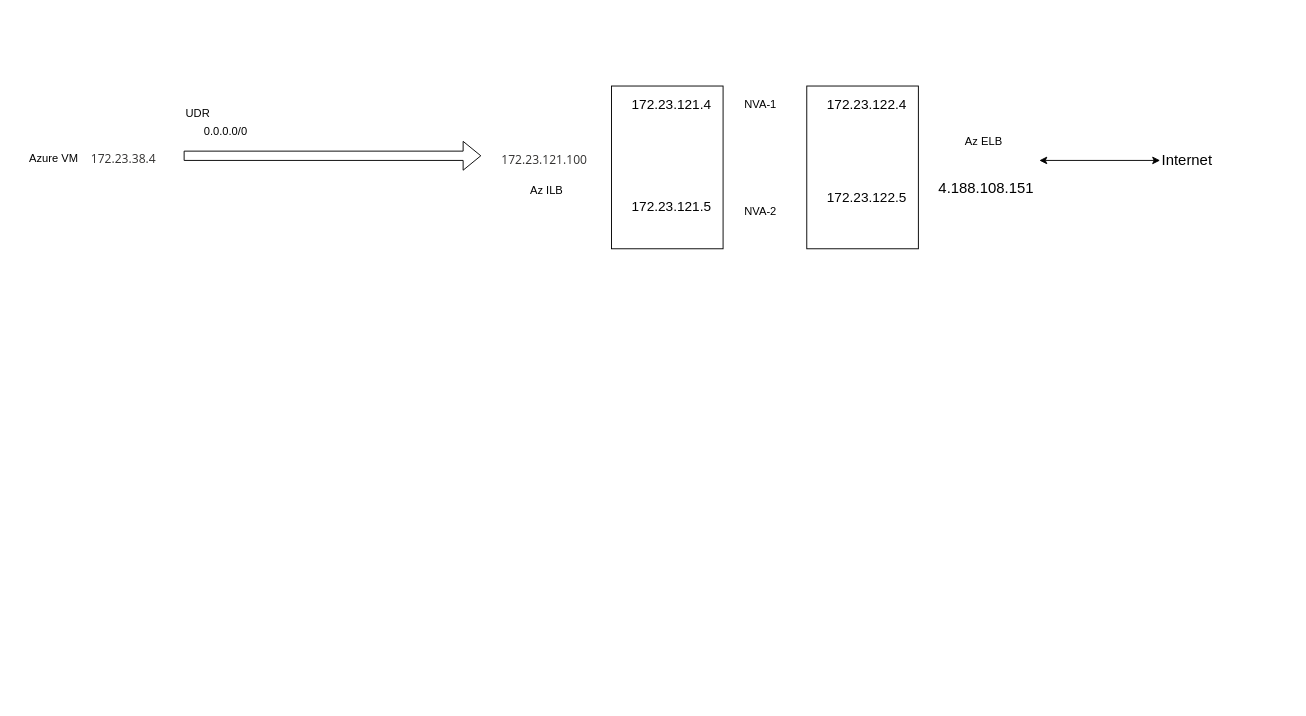
Earlier version of the draw.io diagram page "Page-1" (1 of 2) of Cses.drawio (networkcode-rd/ExamPrepDiagramOnly). Source tidied: cells renumbered, new cells numbered last; positions are measured from the earlier drawing's top-left corner, leaving out a move shared by most shapes. Both pictures are drawn from the tidied source at 93%, with x=0, y=0 at pixel (16, 86).
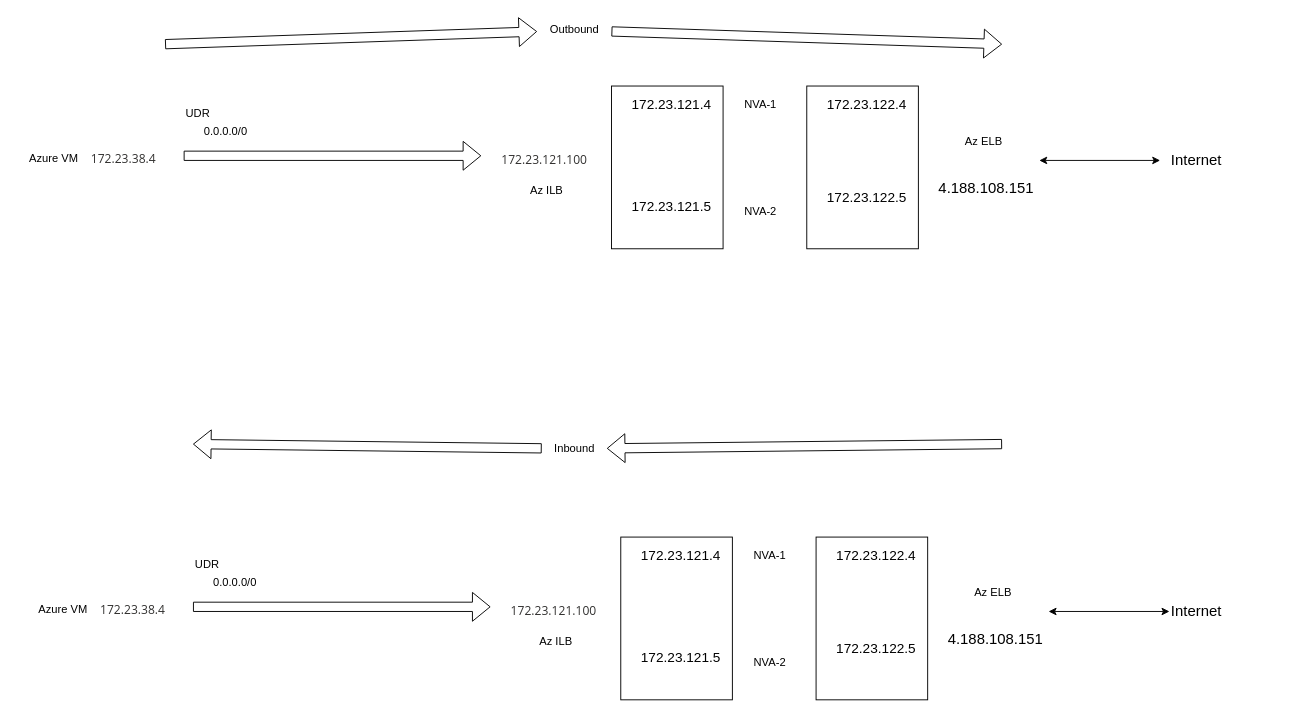
After the change.

The edit, as a diff of the source:
```diff
@@
     <mxCell id="16" value="&lt;div class=&quot;ck-content&quot; style=&quot;--ck-image-style-spacing: 1.5em; --ck-inline-image-style-spacing: calc(var(--ck-image-style-spacing) / 2); --ck-color-selector-caption-background: light-dark(hsl(0, 0%, 97%), #191919); --ck-color-selector-caption-text: light-dark(hsl(0, 0%, 20%), #c1c1c1); font-family: Calibri; font-size: 12pt;&quot; dir=&quot;ltr&quot;&gt;Internet&lt;/div&gt;" style="text;whiteSpace=wrap;html=1;" parent="1" vertex="1">
-      <mxGeometry x="1230" y="63" width="130" height="40" as="geometry" />
+      <mxGeometry x="1240" y="63" width="130" height="40" as="geometry" />
     </mxCell>
@@
+    <mxCell id="21" style="rounded=0;whiteSpace=wrap;html=1;" parent="1" vertex="1">
+      <mxGeometry x="860" y="485" width="120" height="175" as="geometry" />
+    </mxCell>
+    <mxCell id="22" style="rounded=0;whiteSpace=wrap;html=1;" parent="1" vertex="1">
+      <mxGeometry x="650" y="485" width="120" height="175" as="geometry" />
+    </mxCell>
+    <mxCell id="23" value="&lt;span style=&quot;color: rgb(50, 49, 48); font-family: &amp;quot;Segoe UI&amp;quot;, &amp;quot;Segoe UI Web (West European)&amp;quot;, &amp;quot;Segoe UI&amp;quot;, -apple-system, BlinkMacSystemFont, Roboto, &amp;quot;Helvetica Neue&amp;quot;, sans-serif; font-size: 13px; text-align: start; text-wrap-mode: wrap; background-color: rgb(255, 255, 255);&quot;&gt;172.23.38.4&lt;/span&gt;" style="text;html=1;align=center;verticalAlign=middle;strokeColor=none;fillColor=none;" parent="1" vertex="1">
+      <mxGeometry x="80" y="548" width="90" height="30" as="geometry" />
+    </mxCell>
+    <mxCell id="24" value="&lt;span style=&quot;color: rgb(50, 49, 48); font-family: &amp;quot;Segoe UI&amp;quot;, &amp;quot;Segoe UI Web (West European)&amp;quot;, &amp;quot;Segoe UI&amp;quot;, -apple-system, BlinkMacSystemFont, Roboto, &amp;quot;Helvetica Neue&amp;quot;, sans-serif; font-size: 13px; font-style: normal; font-variant-ligatures: normal; font-variant-caps: normal; font-weight: 400; letter-spacing: normal; orphans: 2; text-align: start; text-indent: 0px; text-transform: none; widows: 2; word-spacing: 0px; -webkit-text-stroke-width: 0px; white-space: normal; background-color: rgb(255, 255, 255); text-decoration-thickness: initial; text-decoration-style: initial; text-decoration-color: initial; display: inline !important; float: none;&quot;&gt;172.23.121.100&lt;/span&gt;" style="text;whiteSpace=wrap;html=1;" parent="1" vertex="1">
+      <mxGeometry x="530" y="550" width="120" height="40" as="geometry" />
+    </mxCell>
+    <mxCell id="25" value="UDR" style="text;html=1;align=center;verticalAlign=middle;strokeColor=none;fillColor=none;" parent="1" vertex="1">
+      <mxGeometry x="180" y="500" width="50" height="30" as="geometry" />
+    </mxCell>
+    <mxCell id="26" style="shape=flexArrow;endArrow=classic;html=1;rounded=0;" parent="1" edge="1">
+      <mxGeometry relative="1" as="geometry">
+        <mxPoint x="190" y="560" as="sourcePoint" />
+        <mxPoint x="510" y="560" as="targetPoint" />
+      </mxGeometry>
+    </mxCell>
+    <mxCell id="27" value="&lt;div class=&quot;ck-content&quot; style=&quot;--ck-image-style-spacing: 1.5em; --ck-inline-image-style-spacing: calc(var(--ck-image-style-spacing) / 2); --ck-color-selector-caption-background: hsl(0, 0%, 97%); --ck-color-selector-caption-text: hsl(0, 0%, 20%); font-family: Calibri; font-size: 11pt;&quot; dir=&quot;ltr&quot;&gt;&lt;span style=&quot;width:fit-content;&quot; width=&quot;fit-content&quot;&gt;172.23.121.4&lt;/span&gt;&lt;/div&gt;" style="text;whiteSpace=wrap;html=1;" parent="1" vertex="1">
+      <mxGeometry x="670" y="490" width="110" height="40" as="geometry" />
+    </mxCell>
+    <mxCell id="28" value="&lt;div class=&quot;ck-content&quot; style=&quot;--ck-image-style-spacing: 1.5em; --ck-inline-image-style-spacing: calc(var(--ck-image-style-spacing) / 2); --ck-color-selector-caption-background: hsl(0, 0%, 97%); --ck-color-selector-caption-text: hsl(0, 0%, 20%); font-family: Calibri; font-size: 11pt;&quot; dir=&quot;ltr&quot;&gt;172.23.121.5&lt;/div&gt;" style="text;whiteSpace=wrap;html=1;" parent="1" vertex="1">
+      <mxGeometry x="670" y="600" width="110" height="40" as="geometry" />
+    </mxCell>
+    <mxCell id="29" value="&lt;div class=&quot;ck-content&quot; style=&quot;--ck-image-style-spacing: 1.5em; --ck-inline-image-style-spacing: calc(var(--ck-image-style-spacing) / 2); --ck-color-selector-caption-background: hsl(0, 0%, 97%); --ck-color-selector-caption-text: hsl(0, 0%, 20%); font-family: Calibri; font-size: 11pt;&quot; dir=&quot;ltr&quot;&gt;&lt;span style=&quot;width:fit-content;&quot; width=&quot;fit-content&quot;&gt;172.23.122.4&lt;/span&gt;&lt;/div&gt;" style="text;whiteSpace=wrap;html=1;" parent="1" vertex="1">
+      <mxGeometry x="880" y="490" width="110" height="40" as="geometry" />
+    </mxCell>
+    <mxCell id="30" value="&lt;div class=&quot;ck-content&quot; style=&quot;--ck-image-style-spacing: 1.5em; --ck-inline-image-style-spacing: calc(var(--ck-image-style-spacing) / 2); --ck-color-selector-caption-background: hsl(0, 0%, 97%); --ck-color-selector-caption-text: hsl(0, 0%, 20%); font-family: Calibri; font-size: 11pt;&quot; dir=&quot;ltr&quot;&gt;172.23.122.5&lt;/div&gt;" style="text;whiteSpace=wrap;html=1;" parent="1" vertex="1">
+      <mxGeometry x="880" y="590" width="110" height="40" as="geometry" />
+    </mxCell>
+    <mxCell id="31" value="0.0.0.0/0" style="text;whiteSpace=wrap;" parent="1" vertex="1">
+      <mxGeometry x="210" y="520" width="80" height="40" as="geometry" />
+    </mxCell>
+    <mxCell id="32" value="NVA-1" style="text;html=1;align=center;verticalAlign=middle;strokeColor=none;fillColor=none;" parent="1" vertex="1">
+      <mxGeometry x="780" y="490" width="60" height="30" as="geometry" />
+    </mxCell>
+    <mxCell id="33" value="NVA-2" style="text;html=1;align=center;verticalAlign=middle;strokeColor=none;fillColor=none;" parent="1" vertex="1">
+      <mxGeometry x="780" y="605" width="60" height="30" as="geometry" />
+    </mxCell>
+    <mxCell id="34" value="&lt;div class=&quot;ck-content&quot; style=&quot;--ck-image-style-spacing: 1.5em; --ck-inline-image-style-spacing: calc(var(--ck-image-style-spacing) / 2); --ck-color-selector-caption-background: hsl(0, 0%, 97%); --ck-color-selector-caption-text: hsl(0, 0%, 20%); font-family: Calibri; font-size: 12pt;&quot; dir=&quot;ltr&quot;&gt;4.188.108.151&lt;/div&gt;" style="text;whiteSpace=wrap;html=1;" parent="1" vertex="1">
+      <mxGeometry x="1000" y="578" width="130" height="40" as="geometry" />
+    </mxCell>
+    <mxCell id="35" value="&lt;div class=&quot;ck-content&quot; style=&quot;--ck-image-style-spacing: 1.5em; --ck-inline-image-style-spacing: calc(var(--ck-image-style-spacing) / 2); --ck-color-selector-caption-background: light-dark(hsl(0, 0%, 97%), #191919); --ck-color-selector-caption-text: light-dark(hsl(0, 0%, 20%), #c1c1c1); font-family: Calibri; font-size: 12pt;&quot; dir=&quot;ltr&quot;&gt;Internet&lt;/div&gt;" style="text;whiteSpace=wrap;html=1;" parent="1" vertex="1">
+      <mxGeometry x="1240" y="548" width="130" height="40" as="geometry" />
+    </mxCell>
+    <mxCell id="36" style="endArrow=classic;startArrow=classic;html=1;rounded=0;" parent="1" edge="1">
+      <mxGeometry relative="1" as="geometry">
+        <mxPoint x="1110" y="565" as="sourcePoint" />
+        <mxPoint x="1240" y="565" as="targetPoint" />
+      </mxGeometry>
+    </mxCell>
+    <mxCell id="37" value="Azure VM" style="text;html=1;align=center;verticalAlign=middle;strokeColor=none;fillColor=none;" parent="1" vertex="1">
+      <mxGeometry x="10" y="548" width="80" height="30" as="geometry" />
+    </mxCell>
+    <mxCell id="38" value="Az ILB" style="text;html=1;align=center;verticalAlign=middle;strokeColor=none;fillColor=none;" parent="1" vertex="1">
+      <mxGeometry x="550" y="583" width="60" height="30" as="geometry" />
+    </mxCell>
+    <mxCell id="39" value="Az ELB" style="text;html=1;align=center;verticalAlign=middle;strokeColor=none;fillColor=none;" parent="1" vertex="1">
+      <mxGeometry x="1020" y="530" width="60" height="30" as="geometry" />
+    </mxCell>
+    <mxCell id="40" style="shape=flexArrow;endArrow=classic;html=1;rounded=0;" parent="1" edge="1" source="43">
+      <mxGeometry relative="1" as="geometry">
+        <mxPoint x="1060" y="-45" as="targetPoint" />
+      </mxGeometry>
+    </mxCell>
+    <mxCell id="41" style="shape=flexArrow;endArrow=classic;html=1;rounded=0;" parent="1" edge="1" source="45">
+      <mxGeometry relative="1" as="geometry">
+        <mxPoint x="190" y="385" as="targetPoint" />
+      </mxGeometry>
+    </mxCell>
+    <mxCell id="42" style="shape=flexArrow;endArrow=classic;html=1;rounded=0;" parent="1" edge="1" target="43">
+      <mxGeometry relative="1" as="geometry">
+        <mxPoint x="160" y="-45" as="sourcePoint" />
+      </mxGeometry>
+    </mxCell>
+    <mxCell id="43" value="Outbound" style="text;html=1;align=center;verticalAlign=middle;points=[];strokeColor=none;fillColor=none;" parent="1" vertex="1">
+      <mxGeometry x="560" y="-75" width="80" height="30" as="geometry" />
+    </mxCell>
+    <mxCell id="44" style="shape=flexArrow;endArrow=classic;html=1;rounded=0;" parent="1" edge="1" target="45">
+      <mxGeometry relative="1" as="geometry">
+        <mxPoint x="1060" y="385" as="sourcePoint" />
+      </mxGeometry>
+    </mxCell>
+    <mxCell id="45" value="Inbound" style="text;html=1;align=center;verticalAlign=middle;points=[];strokeColor=none;fillColor=none;" parent="1" vertex="1">
+      <mxGeometry x="565" y="375" width="70" height="30" as="geometry" />
+    </mxCell>
```
